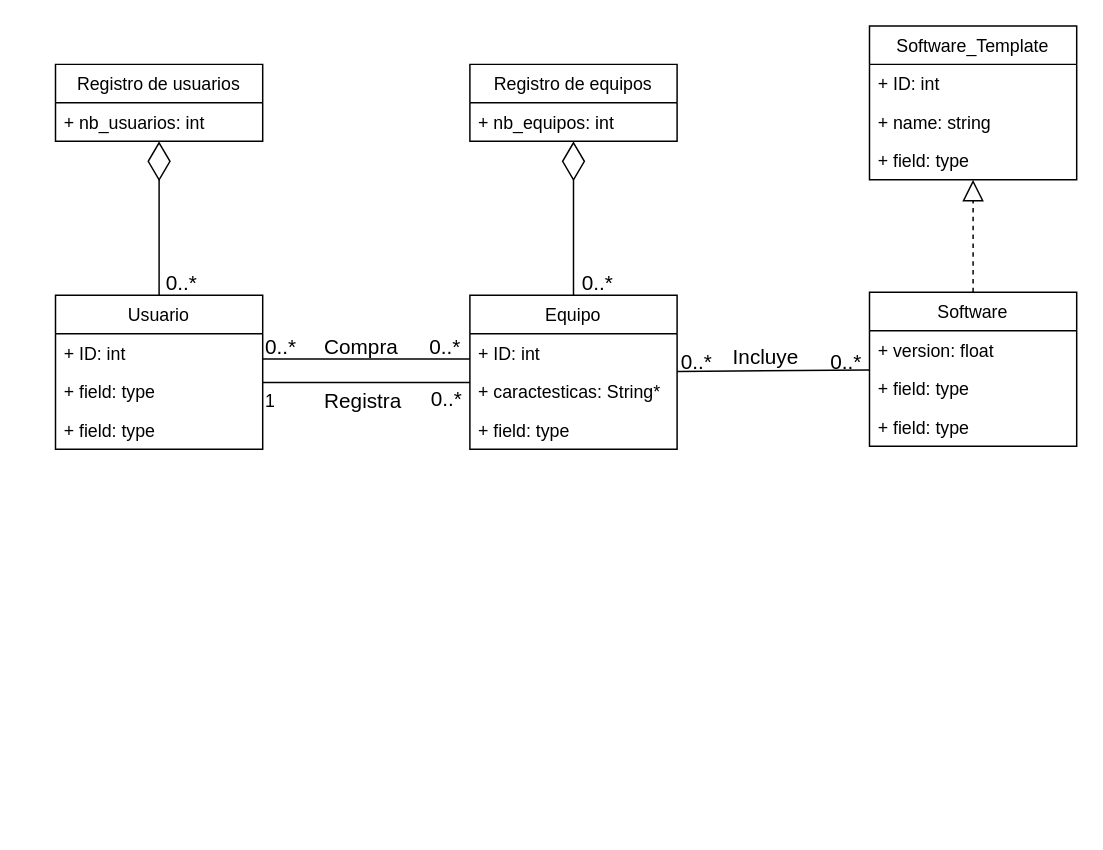
This is ModeloDeDominio.drawio from pierreLucas40/INF236, a draw.io file, before an edit. Source tidied: cells renumbered, new cells numbered last; positions are measured from the earlier drawing's top-left corner, leaving out a move shared by most shapes. Both pictures are drawn from the tidied source at 148%, with x=0, y=0 at pixel (55, 25).
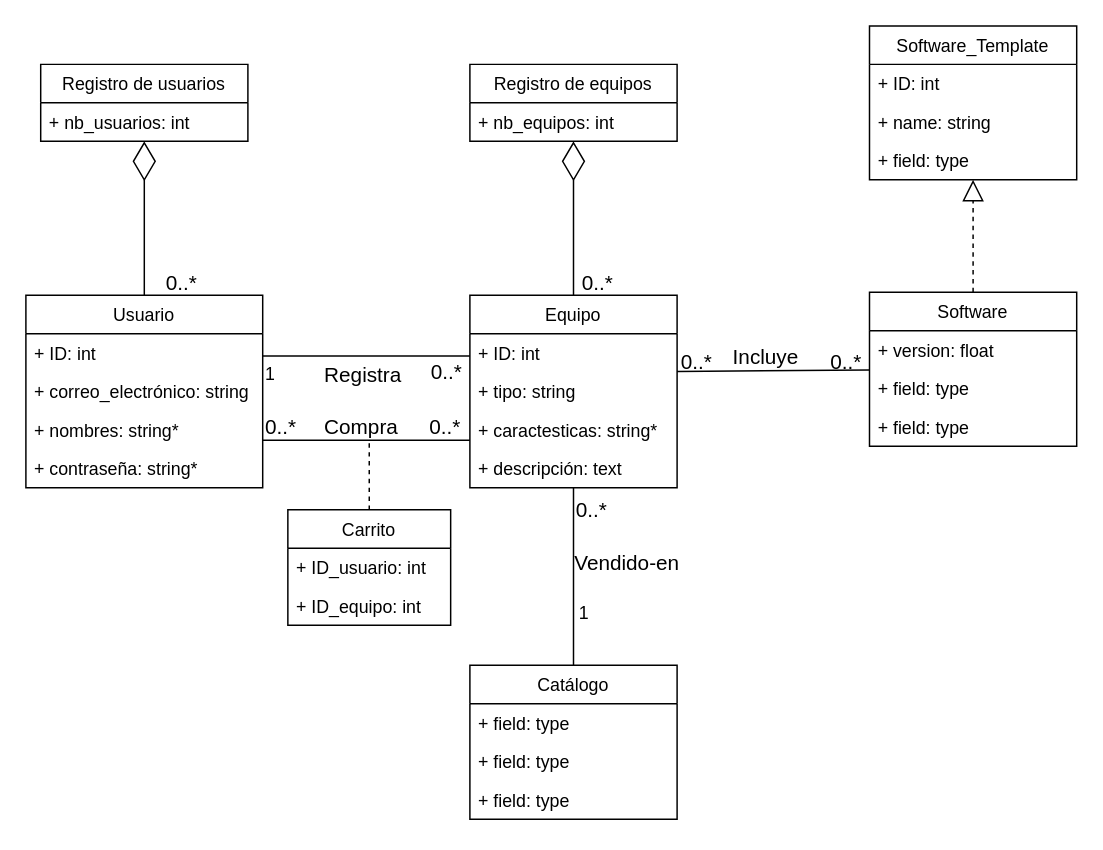
The same page after the edit.

What changed in the source:
```diff
@@
     <mxCell id="2" value="Registro de usuarios" style="swimlane;fontStyle=0;horizontal=1;startSize=26;fillColor=none;" parent="1" vertex="1">
-      <mxGeometry y="26" width="140" height="52" as="geometry" />
+      <mxGeometry x="-10" y="26" width="140" height="52" as="geometry" />
     </mxCell>
@@
     <mxCell id="4" value="Usuario" style="swimlane;fontStyle=0;horizontal=1;startSize=26;fillColor=none;" parent="1" vertex="1">
-      <mxGeometry y="182" width="140" height="104" as="geometry" />
+      <mxGeometry x="-20" y="182" width="160" height="130" as="geometry" />
     </mxCell>
     <mxCell id="5" value="+ ID: int" style="text;strokeColor=none;fillColor=none;align=left;verticalAlign=top;spacingLeft=4;spacingRight=4;overflow=hidden;" parent="4" vertex="1">
-      <mxGeometry y="26" width="140" height="26" as="geometry" />
+      <mxGeometry y="26" width="160" height="26" as="geometry" />
     </mxCell>
-    <mxCell id="6" value="+ field: type" style="text;strokeColor=none;fillColor=none;align=left;verticalAlign=top;spacingLeft=4;spacingRight=4;overflow=hidden;" parent="4" vertex="1">
-      <mxGeometry y="52" width="140" height="26" as="geometry" />
+    <mxCell id="6" value="+ correo_electrónico: string" style="text;strokeColor=none;fillColor=none;align=left;verticalAlign=top;spacingLeft=4;spacingRight=4;overflow=hidden;" parent="4" vertex="1">
+      <mxGeometry y="52" width="160" height="26" as="geometry" />
     </mxCell>
-    <mxCell id="7" value="+ field: type" style="text;strokeColor=none;fillColor=none;align=left;verticalAlign=top;spacingLeft=4;spacingRight=4;overflow=hidden;" parent="4" vertex="1">
-      <mxGeometry y="78" width="140" height="26" as="geometry" />
+    <mxCell id="7" value="+ nombres: string*" style="text;strokeColor=none;fillColor=none;align=left;verticalAlign=top;spacingLeft=4;spacingRight=4;overflow=hidden;" parent="4" vertex="1">
+      <mxGeometry y="78" width="160" height="26" as="geometry" />
     </mxCell>
+    <mxCell id="39" value="+ contraseña: string*" style="text;strokeColor=none;fillColor=none;align=left;verticalAlign=top;spacingLeft=4;spacingRight=4;overflow=hidden;" parent="4" vertex="1">
+      <mxGeometry y="104" width="160" height="26" as="geometry" />
+    </mxCell>
@@
     <mxCell id="11" value="Equipo" style="swimlane;fontStyle=0;horizontal=1;startSize=26;fillColor=none;" parent="1" vertex="1">
-      <mxGeometry x="280" y="182" width="140" height="104" as="geometry" />
+      <mxGeometry x="280" y="182" width="140" height="130" as="geometry" />
     </mxCell>
@@
+    <mxCell id="40" value="+ tipo: string" style="text;strokeColor=none;fillColor=none;align=left;verticalAlign=top;spacingLeft=4;spacingRight=4;overflow=hidden;" parent="11" vertex="1">
+      <mxGeometry y="52" width="140" height="26" as="geometry" />
+    </mxCell>
-    <mxCell id="13" value="+ caractesticas: String*" style="text;strokeColor=none;fillColor=none;align=left;verticalAlign=top;spacingLeft=4;spacingRight=4;overflow=hidden;" parent="11" vertex="1">
-      <mxGeometry y="52" width="140" height="26" as="geometry" />
+    <mxCell id="13" value="+ caractesticas: string*" style="text;strokeColor=none;fillColor=none;align=left;verticalAlign=top;spacingLeft=4;spacingRight=4;overflow=hidden;" parent="11" vertex="1">
+      <mxGeometry y="78" width="140" height="26" as="geometry" />
     </mxCell>
-    <mxCell id="14" value="+ field: type" style="text;strokeColor=none;fillColor=none;align=left;verticalAlign=top;spacingLeft=4;spacingRight=4;overflow=hidden;" parent="11" vertex="1">
-      <mxGeometry y="78" width="140" height="26" as="geometry" />
+    <mxCell id="14" value="+ descripción: text" style="text;strokeColor=none;fillColor=none;align=left;verticalAlign=top;spacingLeft=4;spacingRight=4;overflow=hidden;" parent="11" vertex="1">
+      <mxGeometry y="104" width="140" height="26" as="geometry" />
     </mxCell>
@@
     <mxCell id="18" value="&lt;font style=&quot;font-size: 14px&quot;&gt;Compra&lt;/font&gt;" style="text;html=1;points=[];align=left;verticalAlign=top;spacingTop=-4;" parent="1" vertex="1">
-      <mxGeometry x="180" y="206" width="70" height="20" as="geometry" />
+      <mxGeometry x="180" y="260" width="70" height="20" as="geometry" />
     </mxCell>
     <mxCell id="19" value="&lt;font style=&quot;font-size: 14px&quot;&gt;Registra&lt;/font&gt;" style="text;html=1;align=left;verticalAlign=top;spacingTop=-4;" parent="1" vertex="1">
-      <mxGeometry x="180" y="243" width="70" height="20" as="geometry" />
+      <mxGeometry x="180" y="225" width="70" height="20" as="geometry" />
     </mxCell>
@@
     <mxCell id="29" style="endArrow=none;html=1;strokeColor=#000000;" parent="1" edge="1">
       <mxGeometry relative="1" as="geometry">
-        <mxPoint x="140" y="241" as="sourcePoint" />
-        <mxPoint x="280" y="241" as="targetPoint" />
+        <mxPoint x="140" y="223" as="sourcePoint" />
+        <mxPoint x="280" y="223" as="targetPoint" />
       </mxGeometry>
     </mxCell>
     <mxCell id="30" style="endArrow=none;html=1;strokeColor=#000000;" parent="1" edge="1">
       <mxGeometry relative="1" as="geometry">
-        <mxPoint x="140" y="225" as="sourcePoint" />
-        <mxPoint x="280" y="225" as="targetPoint" />
+        <mxPoint x="140" y="280" as="sourcePoint" />
+        <mxPoint x="280" y="280" as="targetPoint" />
       </mxGeometry>
     </mxCell>
     <mxCell id="31" value="&lt;font style=&quot;font-size: 14px&quot;&gt;0..*&lt;/font&gt;" style="text;html=1;align=left;verticalAlign=top;spacingTop=-4;" parent="1" vertex="1">
-      <mxGeometry x="140" y="206" width="40" height="20" as="geometry" />
+      <mxGeometry x="140" y="260" width="40" height="20" as="geometry" />
     </mxCell>
     <mxCell id="32" value="&lt;font style=&quot;font-size: 14px&quot;&gt;0..*&lt;/font&gt;" style="text;html=1;align=left;verticalAlign=top;spacingTop=-4;" parent="1" vertex="1">
-      <mxGeometry x="251" y="206" width="40" height="20" as="geometry" />
+      <mxGeometry x="251" y="260" width="40" height="20" as="geometry" />
     </mxCell>
     <mxCell id="33" value="1" style="text;html=1;align=left;verticalAlign=top;spacingTop=-4;" parent="1" vertex="1">
-      <mxGeometry x="140" y="244" width="20" height="20" as="geometry" />
+      <mxGeometry x="140" y="226" width="20" height="20" as="geometry" />
     </mxCell>
     <mxCell id="34" value="&lt;font style=&quot;font-size: 14px&quot;&gt;0..*&lt;/font&gt;" style="text;html=1;align=left;verticalAlign=top;spacingTop=-4;" parent="1" vertex="1">
-      <mxGeometry x="252" y="241" width="40" height="20" as="geometry" />
+      <mxGeometry x="252" y="223" width="40" height="20" as="geometry" />
     </mxCell>
@@
+    <mxCell id="41" value="Catálogo" style="swimlane;fontStyle=0;horizontal=1;startSize=26;fillColor=none;" parent="1" vertex="1">
+      <mxGeometry x="280" y="432" width="140" height="104" as="geometry" />
+    </mxCell>
+    <mxCell id="42" value="+ field: type" style="text;strokeColor=none;fillColor=none;align=left;verticalAlign=top;spacingLeft=4;spacingRight=4;overflow=hidden;" parent="41" vertex="1">
+      <mxGeometry y="26" width="140" height="26" as="geometry" />
+    </mxCell>
+    <mxCell id="43" value="+ field: type" style="text;strokeColor=none;fillColor=none;align=left;verticalAlign=top;spacingLeft=4;spacingRight=4;overflow=hidden;" parent="41" vertex="1">
+      <mxGeometry y="52" width="140" height="26" as="geometry" />
+    </mxCell>
+    <mxCell id="44" value="+ field: type" style="text;strokeColor=none;fillColor=none;align=left;verticalAlign=top;spacingLeft=4;spacingRight=4;overflow=hidden;" parent="41" vertex="1">
+      <mxGeometry y="78" width="140" height="26" as="geometry" />
+    </mxCell>
+    <mxCell id="45" style="endArrow=none;html=1;strokeColor=#000000;" parent="1" edge="1" source="41" target="11">
+      <mxGeometry relative="1" as="geometry" />
+    </mxCell>
+    <mxCell id="46" value="&lt;font style=&quot;font-size: 14px&quot;&gt;Vendido-en&lt;/font&gt;" style="text;html=1;align=left;verticalAlign=top;spacingTop=-4;" parent="1" vertex="1">
+      <mxGeometry x="349" y="351.5" width="90" height="20" as="geometry" />
+    </mxCell>
+    <mxCell id="47" value="&lt;font style=&quot;font-size: 14px&quot;&gt;0..*&lt;/font&gt;" style="text;html=1;align=left;verticalAlign=top;spacingTop=-4;" parent="1" vertex="1">
+      <mxGeometry x="350" y="316" width="40" height="20" as="geometry" />
+    </mxCell>
+    <mxCell id="48" value="1" style="text;html=1;align=left;verticalAlign=top;spacingTop=-4;" parent="1" vertex="1">
+      <mxGeometry x="352" y="387" width="20" height="20" as="geometry" />
+    </mxCell>
+    <mxCell id="49" value="Carrito" style="swimlane;fontStyle=0;horizontal=1;startSize=26;fillColor=none;" parent="1" vertex="1">
+      <mxGeometry x="157" y="327" width="110" height="78" as="geometry" />
+    </mxCell>
+    <mxCell id="50" value="+ ID_usuario: int" style="text;strokeColor=none;fillColor=none;align=left;verticalAlign=top;spacingLeft=4;spacingRight=4;overflow=hidden;" parent="49" vertex="1">
+      <mxGeometry y="26" width="110" height="26" as="geometry" />
+    </mxCell>
+    <mxCell id="51" value="+ ID_equipo: int" style="text;strokeColor=none;fillColor=none;align=left;verticalAlign=top;spacingLeft=4;spacingRight=4;overflow=hidden;" parent="49" vertex="1">
+      <mxGeometry y="52" width="110" height="26" as="geometry" />
+    </mxCell>
+    <mxCell id="52" style="endArrow=none;dashed=1;html=1;entryX=0.457;entryY=1.05;entryDx=0;entryDy=0;entryPerimeter=0;exitX=0.5;exitY=0;exitDx=0;exitDy=0;" parent="1" edge="1" source="49" target="18">
+      <mxGeometry relative="1" as="geometry" />
+    </mxCell>
```
